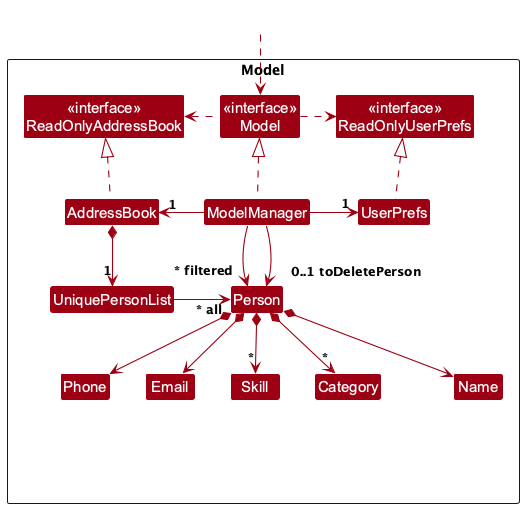
This is docs/images/ModelClassDiagram.png from AY2526S1-CS2103T-T08-3/tp, a PlantUML export, as it was before one commit.
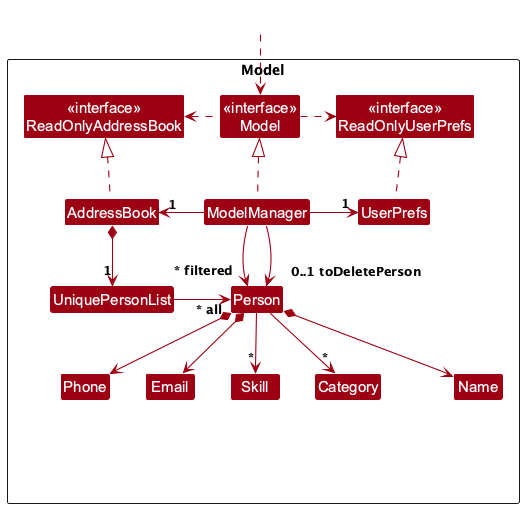
The same diagram one commit later.

Change to the diagram source:
```diff
@@ -41,8 +41,8 @@
 Person *--> Name
 Person *--> Phone
 Person *--> Email
-Person *--> "*" Skill
-Person *--> "*" Category
+Person --> "*" Skill
+Person --> "*" Category
 
 Person -[hidden]up--> I
 UniquePersonList -[hidden]right-> I
```
